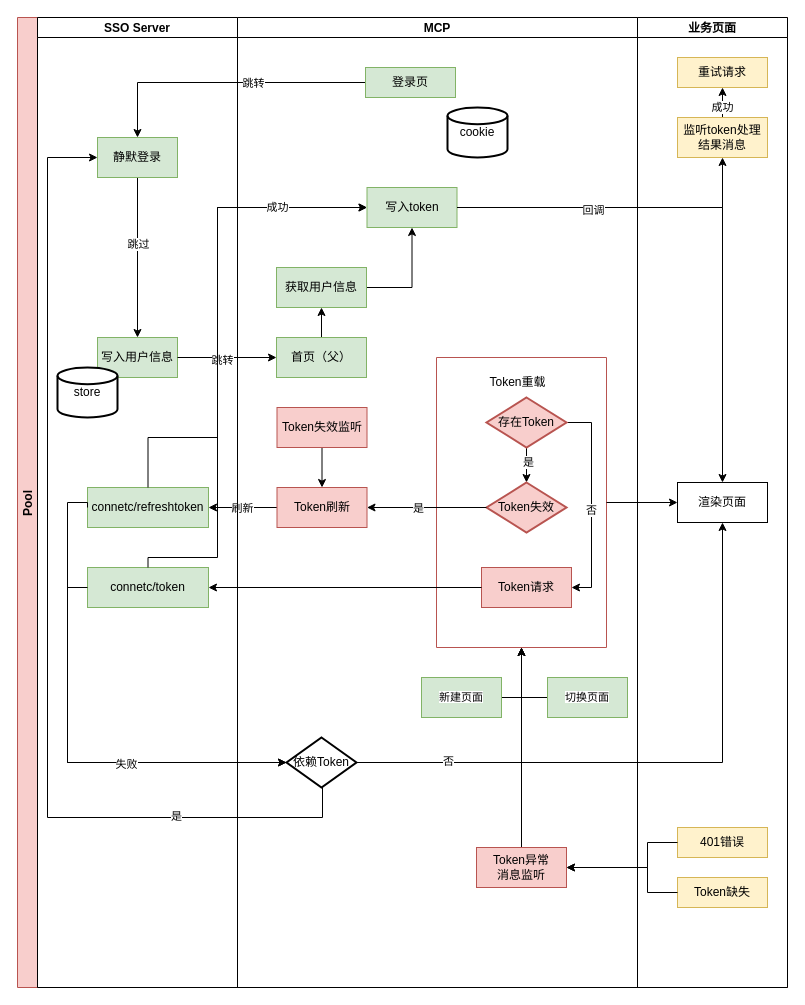
Earlier version of the draw.io diagram oidc访问令牌流程.drawio (stonefromsky/workflowchart). Source tidied: cells renumbered, new cells numbered last; positions are measured from the earlier drawing's top-left corner, leaving out a move shared by most shapes. Both pictures are drawn from the tidied source at 100%, with x=0, y=0 at pixel (17, 17).
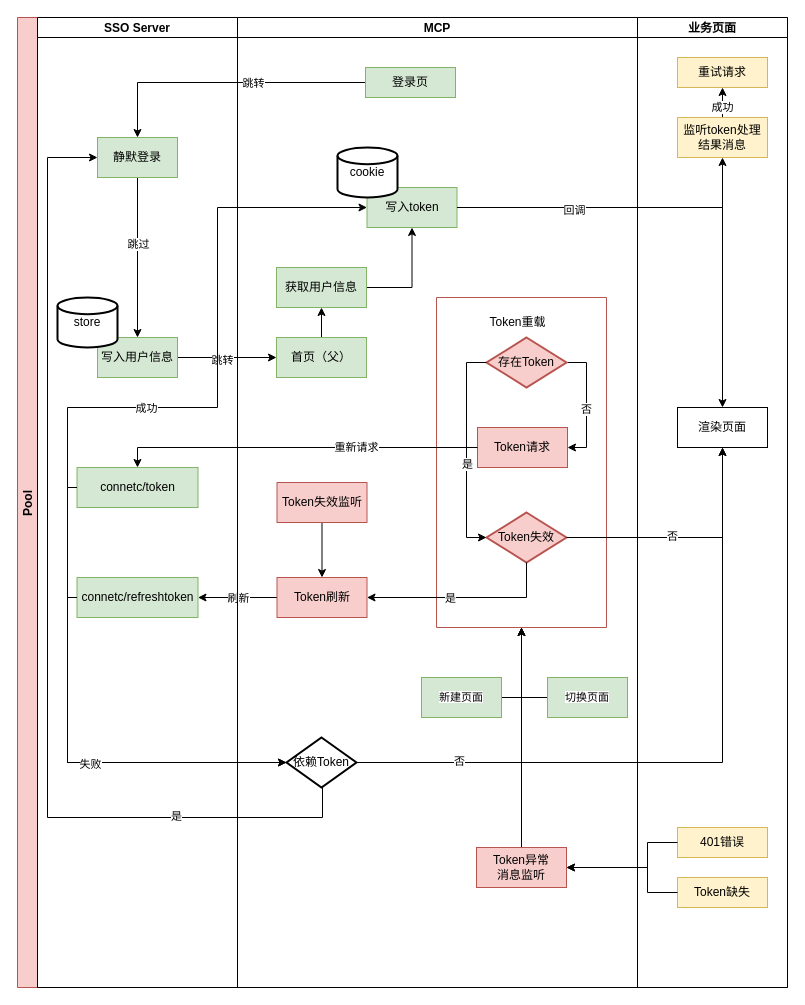
The same page after the edit.

Commit message (it also covers changes not shown here):
更新oidc访问令牌流程.drawio

Unchanged cells that the change refers to:
```xml
<mxCell id="2" value="Pool" style="swimlane;startSize=20;horizontal=0;fillColor=#f8cecc;strokeColor=#b85450;" parent="1" vertex="1">
  <mxGeometry width="770" height="970" as="geometry" />
</mxCell>
<mxCell id="3" value="SSO Server" style="swimlane;startSize=20;" parent="2" vertex="1">
  <mxGeometry x="20" width="200" height="970" as="geometry" />
</mxCell>
<mxCell id="6" value="静默登录" style="rounded=0;whiteSpace=wrap;html=1;fillColor=#d5e8d4;strokeColor=#82b366;" parent="3" vertex="1">
  <mxGeometry x="60" y="120" width="80" height="40" as="geometry" />
</mxCell>
<mxCell id="7" value="写入用户信息" style="rounded=0;whiteSpace=wrap;html=1;fillColor=#d5e8d4;strokeColor=#82b366;" parent="3" vertex="1">
  <mxGeometry x="60" y="320" width="80" height="40" as="geometry" />
</mxCell>
<mxCell id="18" value="MCP" style="swimlane;startSize=20;" parent="2" vertex="1">
  <mxGeometry x="220" width="400" height="970" as="geometry" />
</mxCell>
<mxCell id="19" value="登录页" style="rounded=0;whiteSpace=wrap;html=1;fillColor=#d5e8d4;strokeColor=#82b366;" parent="18" vertex="1">
  <mxGeometry x="128" y="50" width="90" height="30" as="geometry" />
</mxCell>
<mxCell id="21" value="首页（父）" style="rounded=0;whiteSpace=wrap;html=1;fillColor=#d5e8d4;strokeColor=#82b366;" parent="18" vertex="1">
  <mxGeometry x="39" y="320" width="90" height="40" as="geometry" />
</mxCell>
<mxCell id="24" value="写入token" style="rounded=0;whiteSpace=wrap;html=1;fillColor=#d5e8d4;strokeColor=#82b366;" parent="18" vertex="1">
  <mxGeometry x="129.5" y="170" width="90" height="40" as="geometry" />
</mxCell>
<mxCell id="35" value="存在Token" style="strokeWidth=2;html=1;shape=mxgraph.flowchart.decision;whiteSpace=wrap;fillColor=#f8cecc;strokeColor=#b85450;" parent="28" vertex="1">
  <mxGeometry x="50" y="40" width="80" height="50" as="geometry" />
</mxCell>
<mxCell id="38" value="依赖Token" style="strokeWidth=2;html=1;shape=mxgraph.flowchart.decision;whiteSpace=wrap;" parent="18" vertex="1">
  <mxGeometry x="49" y="720" width="70" height="50" as="geometry" />
</mxCell>
<mxCell id="48" value="业务页面" style="swimlane;startSize=20;" parent="2" vertex="1">
  <mxGeometry x="620" width="150" height="970" as="geometry" />
</mxCell>
<mxCell id="52" value="监听token处理结果消息" style="rounded=0;whiteSpace=wrap;html=1;fillColor=#fff2cc;strokeColor=#d6b656;" parent="48" vertex="1">
  <mxGeometry x="40" y="100" width="90" height="40" as="geometry" />
</mxCell>
```

What changed in the source:
```diff
@@
+    <mxCell id="11" style="edgeStyle=orthogonalEdgeStyle;rounded=0;jettySize=auto;html=1;entryX=0.5;entryY=0;entryDx=0;entryDy=0;" parent="2" edge="1" source="19" target="6">
+      <mxGeometry relative="1" as="geometry" />
+    </mxCell>
+    <mxCell id="12" value="跳转" style="edgeLabel;html=1;align=center;verticalAlign=middle;" parent="11" vertex="1">
+      <mxGeometry x="-0.2" relative="1" as="geometry" />
+    </mxCell>
+    <mxCell id="13" style="edgeStyle=orthogonalEdgeStyle;rounded=0;jettySize=auto;html=1;entryX=0;entryY=0.5;entryDx=0;entryDy=0;exitX=1;exitY=0.5;exitDx=0;exitDy=0;" parent="2" edge="1" source="7" target="21">
+      <mxGeometry relative="1" as="geometry" />
+    </mxCell>
+    <mxCell id="14" value="跳转" style="edgeLabel;html=1;align=center;verticalAlign=middle;" parent="13" vertex="1">
+      <mxGeometry x="-0.12" y="-2" relative="1" as="geometry" />
+    </mxCell>
+    <mxCell id="15" style="edgeStyle=orthogonalEdgeStyle;rounded=0;jettySize=auto;html=1;entryX=1;entryY=0.5;entryDx=0;entryDy=0;exitX=0;exitY=0.5;exitDx=0;exitDy=0;" parent="2" edge="1" source="43" target="9">
+      <mxGeometry relative="1" as="geometry" />
+    </mxCell>
+    <mxCell id="16" value="刷新" style="edgeLabel;html=1;align=center;verticalAlign=middle;" parent="15" vertex="1">
+      <mxGeometry x="-0.25" y="-3" relative="1" as="geometry">
+        <mxPoint x="-9" y="3" as="offset" />
+      </mxGeometry>
+    </mxCell>
+    <mxCell id="17" style="edgeStyle=orthogonalEdgeStyle;rounded=0;jettySize=auto;html=1;" parent="2" edge="1" source="24" target="52">
+      <mxGeometry relative="1" as="geometry" />
+    </mxCell>
@@
     <mxCell id="8" value="store" style="strokeWidth=2;html=1;shape=mxgraph.flowchart.database;whiteSpace=wrap;" parent="3" vertex="1">
-      <mxGeometry x="20" y="350" width="60" height="50" as="geometry" />
+      <mxGeometry x="20" y="280" width="60" height="50" as="geometry" />
     </mxCell>
     <mxCell id="9" value="connetc/refreshtoken" style="rounded=0;whiteSpace=wrap;html=1;fillColor=#d5e8d4;strokeColor=#82b366;" parent="3" vertex="1">
-      <mxGeometry x="50" y="470" width="121" height="40" as="geometry" />
+      <mxGeometry x="39.5" y="560" width="121" height="40" as="geometry" />
     </mxCell>
     <mxCell id="10" value="connetc/token" style="rounded=0;whiteSpace=wrap;html=1;fillColor=#d5e8d4;strokeColor=#82b366;" parent="3" vertex="1">
-      <mxGeometry x="50" y="550" width="121" height="40" as="geometry" />
+      <mxGeometry x="39.5" y="450" width="121" height="40" as="geometry" />
     </mxCell>
-    <mxCell id="11" style="edgeStyle=orthogonalEdgeStyle;rounded=0;jettySize=auto;html=1;entryX=0.5;entryY=0;entryDx=0;entryDy=0;" parent="2" edge="1" source="19" target="6">
-      <mxGeometry relative="1" as="geometry" />
-    </mxCell>
-    <mxCell id="12" value="跳转" style="edgeLabel;html=1;align=center;verticalAlign=middle;" parent="11" vertex="1">
-      <mxGeometry x="-0.2" relative="1" as="geometry" />
-    </mxCell>
-    <mxCell id="13" style="edgeStyle=orthogonalEdgeStyle;rounded=0;jettySize=auto;html=1;entryX=0;entryY=0.5;entryDx=0;entryDy=0;exitX=1;exitY=0.5;exitDx=0;exitDy=0;" parent="2" edge="1" source="7" target="21">
-      <mxGeometry relative="1" as="geometry" />
-    </mxCell>
-    <mxCell id="14" value="跳转" style="edgeLabel;html=1;align=center;verticalAlign=middle;" parent="13" vertex="1">
-      <mxGeometry x="-0.12" y="-2" relative="1" as="geometry" />
-    </mxCell>
-    <mxCell id="15" style="edgeStyle=orthogonalEdgeStyle;rounded=0;jettySize=auto;html=1;entryX=1;entryY=0.5;entryDx=0;entryDy=0;exitX=0;exitY=0.5;exitDx=0;exitDy=0;" parent="2" edge="1" source="43" target="9">
-      <mxGeometry relative="1" as="geometry" />
-    </mxCell>
-    <mxCell id="16" value="刷新" style="edgeLabel;html=1;align=center;verticalAlign=middle;" parent="15" vertex="1">
-      <mxGeometry x="-0.25" y="-3" relative="1" as="geometry">
-        <mxPoint x="-9" y="3" as="offset" />
-      </mxGeometry>
-    </mxCell>
-    <mxCell id="17" style="edgeStyle=orthogonalEdgeStyle;rounded=0;jettySize=auto;html=1;" parent="2" edge="1" source="24" target="52">
-      <mxGeometry relative="1" as="geometry" />
-    </mxCell>
@@
     <mxCell id="25" value="cookie" style="strokeWidth=2;html=1;shape=mxgraph.flowchart.database;whiteSpace=wrap;" parent="18" vertex="1">
-      <mxGeometry x="210" y="90" width="60" height="50" as="geometry" />
+      <mxGeometry x="100" y="130" width="60" height="50" as="geometry" />
     </mxCell>
@@
     <mxCell id="28" style="swimlane;startSize=0;fillColor=#f8cecc;strokeColor=#b85450;" parent="18" vertex="1">
-      <mxGeometry x="199" y="340" width="170" height="290" as="geometry" />
+      <mxGeometry x="199" y="280" width="170" height="330" as="geometry" />
     </mxCell>
@@
-    <mxCell id="30" style="edgeStyle=orthogonalEdgeStyle;rounded=0;jettySize=auto;html=1;" parent="28" edge="1" source="35" target="36">
-      <mxGeometry relative="1" as="geometry" />
-    </mxCell>
-    <mxCell id="31" value="是" style="edgeLabel;html=1;align=center;verticalAlign=middle;" parent="30" vertex="1">
-      <mxGeometry x="-0.38" y="1" relative="1" as="geometry" />
-    </mxCell>
@@
     <mxCell id="36" value="Token失效" style="strokeWidth=2;html=1;shape=mxgraph.flowchart.decision;whiteSpace=wrap;fillColor=#f8cecc;strokeColor=#b85450;" parent="28" vertex="1">
-      <mxGeometry x="50" y="125" width="80" height="50" as="geometry" />
+      <mxGeometry x="50" y="215" width="80" height="50" as="geometry" />
     </mxCell>
     <mxCell id="37" value="Token请求" style="rounded=0;whiteSpace=wrap;html=1;fillColor=#f8cecc;strokeColor=#b85450;" parent="28" vertex="1">
-      <mxGeometry x="45" y="210" width="90" height="40" as="geometry" />
+      <mxGeometry x="41" y="130" width="90" height="40" as="geometry" />
     </mxCell>
+    <mxCell id="30" style="edgeStyle=orthogonalEdgeStyle;rounded=0;jettySize=auto;html=1;entryX=0;entryY=0.5;entryDx=0;entryDy=0;entryPerimeter=0;exitX=0;exitY=0.5;exitDx=0;exitDy=0;exitPerimeter=0;" parent="28" edge="1" source="35" target="36">
+      <mxGeometry relative="1" as="geometry">
+        <Array as="points">
+          <mxPoint x="30" y="65" />
+          <mxPoint x="30" y="240" />
+        </Array>
+      </mxGeometry>
+    </mxCell>
+    <mxCell id="31" value="是" style="edgeLabel;html=1;align=center;verticalAlign=middle;" parent="30" vertex="1">
+      <mxGeometry x="0.13" relative="1" as="geometry" />
+    </mxCell>
@@
     <mxCell id="43" value="Token刷新" style="rounded=0;whiteSpace=wrap;html=1;fillColor=#f8cecc;strokeColor=#b85450;" parent="18" vertex="1">
-      <mxGeometry x="39.5" y="470" width="90" height="40" as="geometry" />
+      <mxGeometry x="39.5" y="560" width="90" height="40" as="geometry" />
     </mxCell>
@@
     <mxCell id="45" value="Token失效监听" style="rounded=0;whiteSpace=wrap;html=1;fillColor=#f8cecc;strokeColor=#b85450;" parent="18" vertex="1">
-      <mxGeometry x="39.5" y="390" width="90" height="40" as="geometry" />
+      <mxGeometry x="39.5" y="465" width="90" height="40" as="geometry" />
     </mxCell>
-    <mxCell id="46" style="edgeStyle=orthogonalEdgeStyle;rounded=0;jettySize=auto;html=1;entryX=1;entryY=0.5;entryDx=0;entryDy=0;" parent="18" edge="1" source="36" target="43">
+    <mxCell id="46" style="edgeStyle=orthogonalEdgeStyle;rounded=0;jettySize=auto;html=1;entryX=1;entryY=0.5;entryDx=0;entryDy=0;exitX=0.5;exitY=1;exitDx=0;exitDy=0;exitPerimeter=0;" parent="18" edge="1" source="36" target="43">
       <mxGeometry relative="1" as="geometry" />
     </mxCell>
@@
     <mxCell id="49" value="渲染页面" style="rounded=0;whiteSpace=wrap;html=1;" parent="48" vertex="1">
-      <mxGeometry x="40" y="465" width="90" height="40" as="geometry" />
+      <mxGeometry x="40" y="390" width="90" height="40" as="geometry" />
     </mxCell>
@@
-    <mxCell id="62" style="edgeStyle=orthogonalEdgeStyle;rounded=0;jettySize=auto;html=1;entryX=0;entryY=0.5;entryDx=0;entryDy=0;" parent="2" edge="1" source="28" target="49">
-      <mxGeometry relative="1" as="geometry" />
-    </mxCell>
     <mxCell id="63" style="edgeStyle=orthogonalEdgeStyle;rounded=0;jettySize=auto;html=1;entryX=0;entryY=0.5;entryDx=0;entryDy=0;entryPerimeter=0;exitX=0;exitY=0.5;exitDx=0;exitDy=0;" parent="2" edge="1" source="9" target="38">
       <mxGeometry relative="1" as="geometry">
         <Array as="points">
-          <mxPoint x="50" y="485" />
+          <mxPoint x="50" y="580" />
           <mxPoint x="50" y="745" />
         </Array>
       </mxGeometry>
     </mxCell>
     <mxCell id="64" style="edgeStyle=orthogonalEdgeStyle;rounded=0;jettySize=auto;html=1;entryX=0;entryY=0.5;entryDx=0;entryDy=0;entryPerimeter=0;exitX=0;exitY=0.5;exitDx=0;exitDy=0;" parent="2" edge="1" source="10" target="38">
       <mxGeometry relative="1" as="geometry">
         <Array as="points">
-          <mxPoint x="50" y="570" />
+          <mxPoint x="50" y="470" />
           <mxPoint x="50" y="745" />
         </Array>
       </mxGeometry>
     </mxCell>
@@
-    <mxCell id="68" style="edgeStyle=orthogonalEdgeStyle;rounded=0;jettySize=auto;html=1;entryX=0;entryY=0.5;entryDx=0;entryDy=0;exitX=0.5;exitY=0;exitDx=0;exitDy=0;" parent="2" edge="1" source="9" target="24">
-      <mxGeometry relative="1" as="geometry">
-        <Array as="points">
-          <mxPoint x="131" y="420" />
-          <mxPoint x="200" y="420" />
-          <mxPoint x="200" y="190" />
-        </Array>
-      </mxGeometry>
-    </mxCell>
-    <mxCell id="69" style="edgeStyle=orthogonalEdgeStyle;rounded=0;jettySize=auto;html=1;entryX=0;entryY=0.5;entryDx=0;entryDy=0;exitX=0.5;exitY=0;exitDx=0;exitDy=0;" parent="2" edge="1" source="10" target="24">
+    <mxCell id="69" style="edgeStyle=orthogonalEdgeStyle;rounded=0;jettySize=auto;html=1;entryX=0;entryY=0.5;entryDx=0;entryDy=0;exitX=0;exitY=0.5;exitDx=0;exitDy=0;" parent="2" edge="1" source="10" target="24">
       <mxGeometry relative="1" as="geometry">
         <Array as="points">
-          <mxPoint x="131" y="540" />
-          <mxPoint x="200" y="540" />
+          <mxPoint x="50" y="470" />
+          <mxPoint x="50" y="390" />
+          <mxPoint x="200" y="390" />
           <mxPoint x="200" y="190" />
         </Array>
       </mxGeometry>
     </mxCell>
     <mxCell id="70" value="成功" style="edgeLabel;html=1;align=center;verticalAlign=middle;" parent="69" vertex="1">
-      <mxGeometry x="0.69" y="1" relative="1" as="geometry" />
+      <mxGeometry x="-0.43" relative="1" as="geometry" />
     </mxCell>
-    <mxCell id="71" style="edgeStyle=orthogonalEdgeStyle;rounded=0;jettySize=auto;html=1;entryX=1;entryY=0.5;entryDx=0;entryDy=0;" parent="2" edge="1" source="37" target="10">
+    <mxCell id="71" style="edgeStyle=orthogonalEdgeStyle;rounded=0;jettySize=auto;html=1;entryX=0.5;entryY=0;entryDx=0;entryDy=0;" parent="2" edge="1" source="37" target="10">
       <mxGeometry relative="1" as="geometry" />
     </mxCell>
+    <mxCell id="72" value="重新请求" style="edgeLabel;html=1;align=center;verticalAlign=middle;" parent="71" vertex="1">
+      <mxGeometry x="-0.32" y="-1" relative="1" as="geometry" />
+    </mxCell>
+    <mxCell id="73" style="edgeStyle=orthogonalEdgeStyle;rounded=0;jettySize=auto;html=1;entryX=0.5;entryY=1;entryDx=0;entryDy=0;" parent="2" edge="1" source="36" target="49">
+      <mxGeometry relative="1" as="geometry" />
+    </mxCell>
+    <mxCell id="74" value="否" style="edgeLabel;html=1;align=center;verticalAlign=middle;" parent="73" vertex="1">
+      <mxGeometry x="-0.15" y="2" relative="1" as="geometry" />
+    </mxCell>
```
